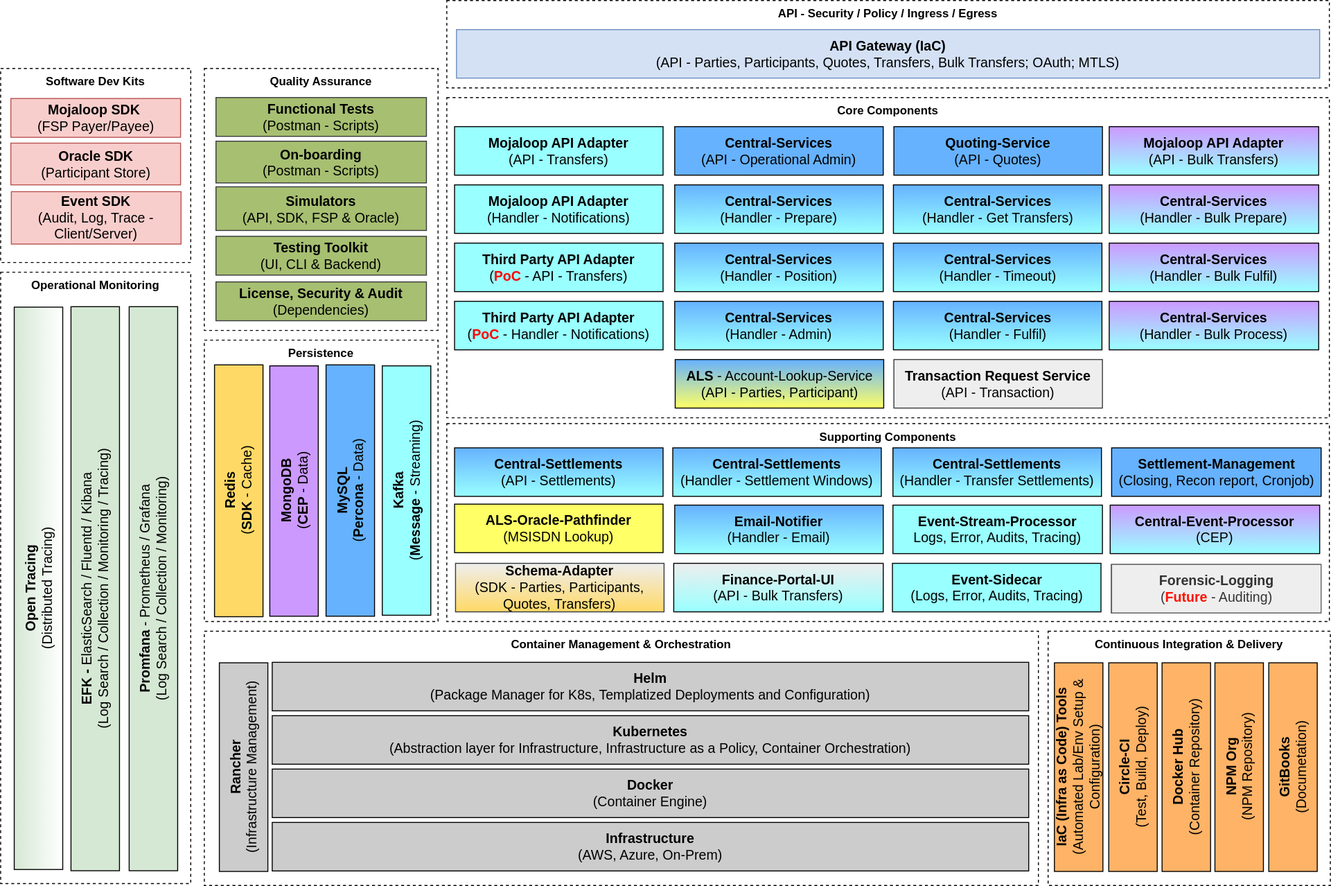
This is mojaloop-technical-overview/overview/assets/diagrams/architecture/Arch-Mojaloop-overview-PI12.svg from mojaloop/documentation, a draw.io export, as it was before one commit. Source tidied: cells renumbered, new cells last; positions are measured from the earlier drawing's top-left corner, leaving out a move shared by most shapes.
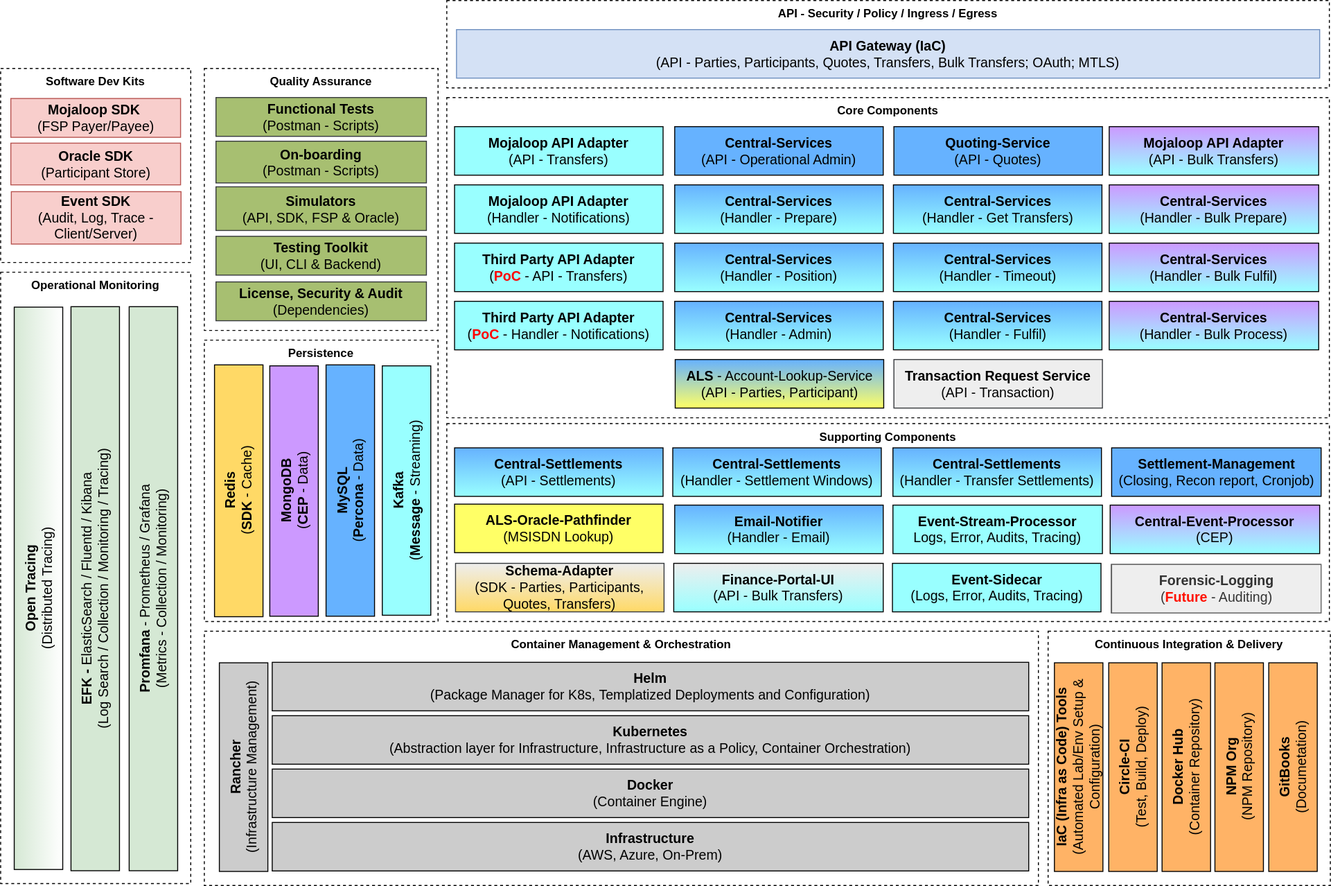
After the commit.

Commit message:
Fixed typo on arch overview for PI12

Diff of the diagram source:
```diff
@@ -38,7 +38,7 @@
     <mxCell id="13" value="&lt;b style=&quot;font-size: 14px&quot;&gt;EFK - &lt;/b&gt;ElasticSearch / Fluentd / Kibana&lt;br style=&quot;font-size: 14px&quot;&gt;&lt;span style=&quot;font-size: 14px&quot;&gt;(Log Search / Collection / Monitoring /&amp;nbsp;Tracing)&lt;/span&gt;" style="rounded=0;whiteSpace=wrap;html=1;fontColor=#000000;align=center;fillColor=#D5E8D4;rotation=-90;fontSize=14;" parent="1" vertex="1">
       <mxGeometry x="57.9" y="581.1" width="581.2" height="50" as="geometry" />
     </mxCell>
-    <mxCell id="14" value="&lt;b style=&quot;font-size: 14px;&quot;&gt;Promfana &lt;/b&gt;- Prometheus / Grafana&lt;br style=&quot;font-size: 14px;&quot;&gt;&lt;span style=&quot;font-size: 14px;&quot;&gt;(Log Search / Collection / Monitoring)&lt;/span&gt;&lt;br style=&quot;font-size: 14px;&quot;&gt;" style="rounded=0;whiteSpace=wrap;html=1;fontColor=#000000;align=center;fillColor=#D5E8D4;rotation=-90;fontSize=14;" parent="1" vertex="1">
+    <mxCell id="14" value="&lt;b style=&quot;font-size: 14px&quot;&gt;Promfana &lt;/b&gt;- Prometheus / Grafana&lt;br style=&quot;font-size: 14px&quot;&gt;&lt;span style=&quot;font-size: 14px&quot;&gt;(Metrics - Collection / Monitoring)&lt;/span&gt;" style="rounded=0;whiteSpace=wrap;html=1;fontColor=#000000;align=center;fillColor=#D5E8D4;rotation=-90;fontSize=14;" parent="1" vertex="1">
       <mxGeometry x="117.9" y="581.1" width="581.2" height="50" as="geometry" />
     </mxCell>
     <mxCell id="15" value="&lt;b&gt;Open Tracing&lt;/b&gt;&lt;br style=&quot;font-size: 14px&quot;&gt;&lt;span style=&quot;font-size: 14px&quot;&gt;(Distributed Tracing)&lt;/span&gt;" style="rounded=0;whiteSpace=wrap;html=1;fontColor=#000000;align=center;fillColor=#D5E8D4;rotation=-90;fontSize=14;gradientColor=#ffffff;" parent="1" vertex="1">
```
